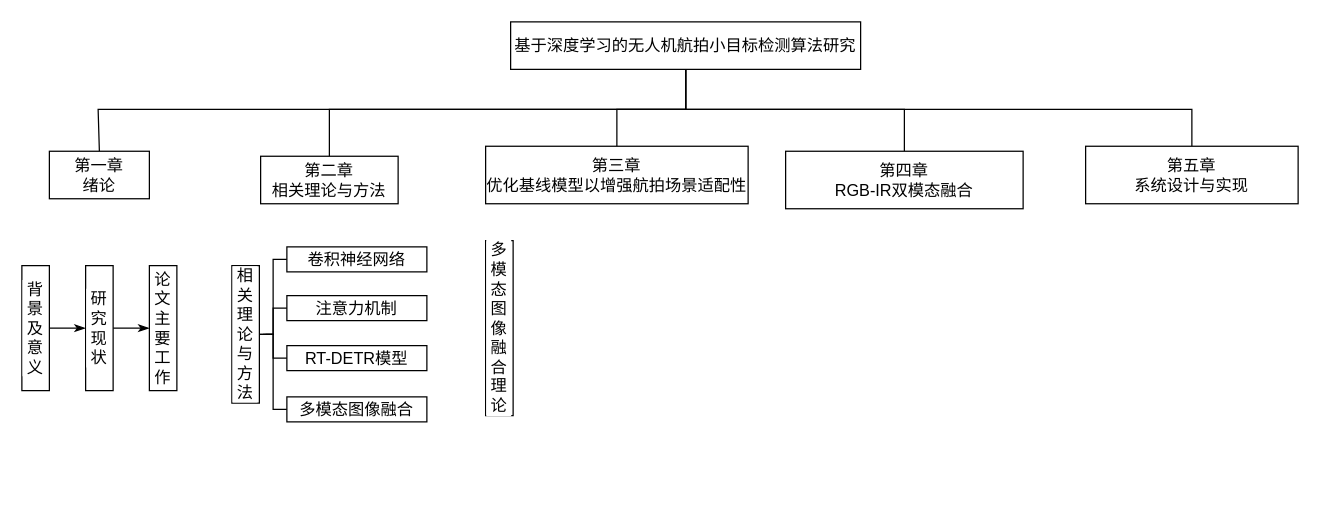
The draw.io diagram DrawIO_file/毕业论文画图/章节安排结构图.drawio in DingDongZz/typera_PicGO, before the edit. Source tidied: cells renumbered, new cells numbered last; positions are measured from the earlier drawing's top-left corner, leaving out a move shared by most shapes. Both pictures are drawn from the tidied source at 125%, with x=0, y=0 at pixel (21, 21).
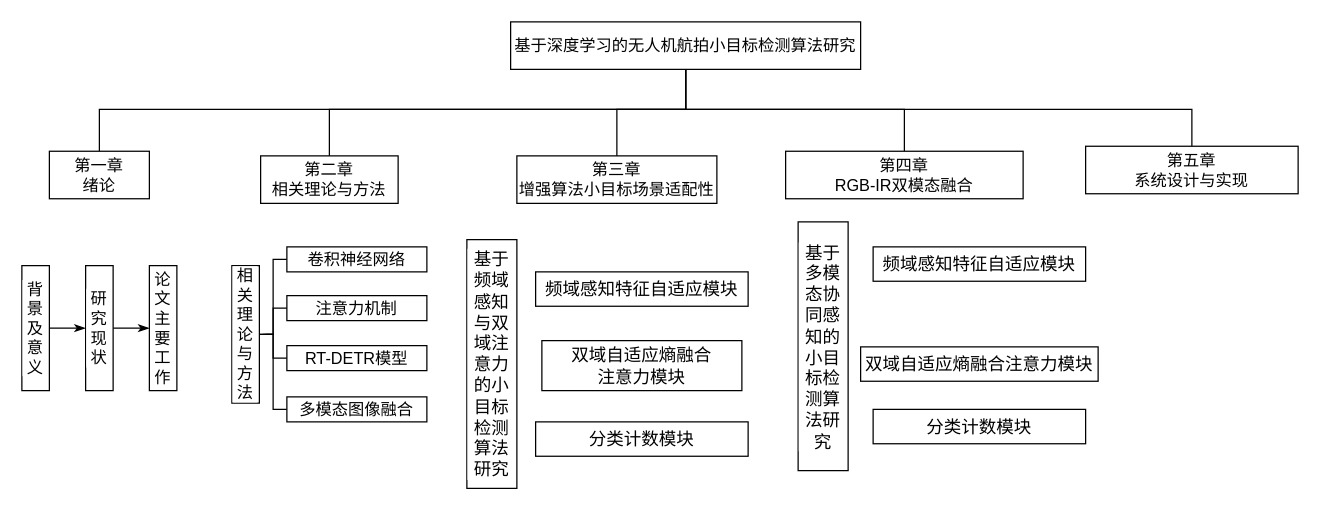
The same diagram, later.

Commit message (it also covers changes not shown here):
更新章节安排结构图.drawio

The change refers to these unchanged cells:
```xml
<mxCell id="7" value="基于深度学习的无人机航拍小目标检测算法研究" style="rounded=0;whiteSpace=wrap;html=1;fontFamily=宋体;fontSize=13;" parent="1" vertex="1">
  <mxGeometry x="391" width="280" height="38" as="geometry" />
</mxCell>
<mxCell id="8" value="第一章&lt;div&gt;绪论&lt;/div&gt;" style="rounded=0;whiteSpace=wrap;html=1;fontFamily=宋体;fontSize=13;" parent="1" vertex="1">
  <mxGeometry x="22" y="103.5" width="80" height="38" as="geometry" />
</mxCell>
```

Diff of the diagram source:
```diff
@@
-    <mxCell id="2" style="edgeStyle=orthogonalEdgeStyle;rounded=0;jettySize=auto;html=1;entryX=0.5;entryY=0;entryDx=0;entryDy=0;endArrow=none;startFill=0;fontFamily=宋体;fontSize=13;" parent="1" edge="1" source="7" target="8">
-      <mxGeometry relative="1" as="geometry">
-        <Array as="points">
-          <mxPoint x="531" y="70" />
-          <mxPoint x="61" y="70" />
-          <mxPoint x="61" y="103" />
-        </Array>
-      </mxGeometry>
-    </mxCell>
@@
+    <mxCell id="2" style="edgeStyle=orthogonalEdgeStyle;rounded=0;jettySize=auto;html=1;entryX=0.5;entryY=0;entryDx=0;entryDy=0;endArrow=none;startFill=0;" parent="1" edge="1" source="7" target="8">
+      <mxGeometry relative="1" as="geometry">
+        <Array as="points">
+          <mxPoint x="531" y="70" />
+          <mxPoint x="62" y="70" />
+        </Array>
+      </mxGeometry>
+    </mxCell>
@@
     <mxCell id="9" value="第二章&lt;div&gt;相关理论与方法&lt;/div&gt;" style="rounded=0;whiteSpace=wrap;html=1;fontFamily=宋体;fontSize=13;" parent="1" vertex="1">
-      <mxGeometry x="191" y="107.5" width="110" height="38" as="geometry" />
+      <mxGeometry x="191" y="107.2" width="110" height="38" as="geometry" />
     </mxCell>
-    <mxCell id="10" value="第三章&lt;div&gt;&lt;span&gt;优化基线模型以增强航拍场景适配性&lt;/span&gt;&lt;/div&gt;" style="rounded=0;whiteSpace=wrap;html=1;fontFamily=宋体;fontSize=13;" parent="1" vertex="1">
-      <mxGeometry x="371" y="99.5" width="210" height="46" as="geometry" />
+    <mxCell id="10" value="第三章&lt;div&gt;增强算法小目标场景适配性&lt;/div&gt;" style="rounded=0;whiteSpace=wrap;html=1;fontFamily=宋体;fontSize=13;" parent="1" vertex="1">
+      <mxGeometry x="396" y="107.2" width="160" height="38" as="geometry" />
     </mxCell>
     <mxCell id="11" value="第四章&lt;div&gt;RGB-IR双模态融合&lt;/div&gt;" style="rounded=0;whiteSpace=wrap;html=1;fontFamily=宋体;fontSize=13;" parent="1" vertex="1">
-      <mxGeometry x="611" y="103.5" width="190" height="46" as="geometry" />
+      <mxGeometry x="611" y="103.5" width="190" height="38" as="geometry" />
     </mxCell>
     <mxCell id="12" value="第五章&lt;div&gt;&lt;span&gt;系统设计与实现&lt;/span&gt;&lt;/div&gt;" style="rounded=0;whiteSpace=wrap;html=1;fontFamily=宋体;fontSize=13;" parent="1" vertex="1">
-      <mxGeometry x="851" y="99.5" width="170" height="46" as="geometry" />
+      <mxGeometry x="851" y="99.5" width="170" height="38" as="geometry" />
     </mxCell>
-    <mxCell id="13" value="多模态图像融合理论" style="rounded=0;whiteSpace=wrap;html=1;fontFamily=宋体;fontSize=13;fontColor=default;labelBackgroundColor=default;horizontal=1;verticalAlign=middle;" parent="1" vertex="1">
-      <mxGeometry x="371" y="175" width="22" height="140" as="geometry" />
+    <mxCell id="13" value="&lt;span style=&quot;font-size: 10.5pt;&quot;&gt;基于频域感知与双域注意力的小目标检测算法研究&lt;/span&gt;" style="rounded=0;whiteSpace=wrap;html=1;fontFamily=宋体;fontSize=13;fontColor=default;labelBackgroundColor=default;horizontal=1;verticalAlign=middle;" parent="1" vertex="1">
+      <mxGeometry x="356" y="174.2" width="40" height="199" as="geometry" />
     </mxCell>
@@
+    <mxCell id="31" value="&lt;span style=&quot;font-size: 10.5pt;&quot;&gt;频域感知特征自适应模块&lt;/span&gt;" style="rounded=0;whiteSpace=wrap;html=1;fontFamily=宋体;fontSize=13;fontColor=default;labelBackgroundColor=default;horizontal=1;verticalAlign=middle;" parent="1" vertex="1">
+      <mxGeometry x="411" y="200" width="170" height="27.5" as="geometry" />
+    </mxCell>
+    <mxCell id="32" value="&lt;span style=&quot;font-size: 10.5pt;&quot;&gt;双域自适应熵融合&lt;/span&gt;&lt;div&gt;&lt;span style=&quot;font-size: 10.5pt;&quot;&gt;注意力模块&lt;/span&gt;&lt;/div&gt;" style="rounded=0;whiteSpace=wrap;html=1;fontFamily=宋体;fontSize=13;fontColor=default;labelBackgroundColor=default;horizontal=1;verticalAlign=middle;" parent="1" vertex="1">
+      <mxGeometry x="416" y="255" width="160" height="40" as="geometry" />
+    </mxCell>
+    <mxCell id="33" value="&lt;span style=&quot;font-size: 10.5pt;&quot;&gt;分类计数模块&lt;/span&gt;" style="rounded=0;whiteSpace=wrap;html=1;fontFamily=宋体;fontSize=13;fontColor=default;labelBackgroundColor=default;horizontal=1;verticalAlign=middle;" parent="1" vertex="1">
+      <mxGeometry x="411" y="320" width="170" height="27.5" as="geometry" />
+    </mxCell>
+    <mxCell id="34" value="&lt;span style=&quot;font-size: 10.5pt;&quot;&gt;基于多模态协同感知的小目标检测算法研究&lt;/span&gt;" style="rounded=0;whiteSpace=wrap;html=1;fontFamily=宋体;fontSize=13;fontColor=default;labelBackgroundColor=default;horizontal=1;verticalAlign=middle;" parent="1" vertex="1">
+      <mxGeometry x="621" y="160" width="40" height="199" as="geometry" />
+    </mxCell>
+    <mxCell id="35" value="&lt;span style=&quot;font-size: 10.5pt;&quot;&gt;频域感知特征自适应模块&lt;/span&gt;" style="rounded=0;whiteSpace=wrap;html=1;fontFamily=宋体;fontSize=13;fontColor=default;labelBackgroundColor=default;horizontal=1;verticalAlign=middle;" parent="1" vertex="1">
+      <mxGeometry x="681" y="180" width="170" height="27.5" as="geometry" />
+    </mxCell>
+    <mxCell id="36" value="&lt;span style=&quot;font-size: 10.5pt;&quot;&gt;双域自适应熵融合注意力模块&lt;/span&gt;" style="rounded=0;whiteSpace=wrap;html=1;fontFamily=宋体;fontSize=13;fontColor=default;labelBackgroundColor=default;horizontal=1;verticalAlign=middle;" parent="1" vertex="1">
+      <mxGeometry x="671" y="260" width="190" height="27.5" as="geometry" />
+    </mxCell>
+    <mxCell id="37" value="&lt;span style=&quot;font-size: 10.5pt;&quot;&gt;分类计数模块&lt;/span&gt;" style="rounded=0;whiteSpace=wrap;html=1;fontFamily=宋体;fontSize=13;fontColor=default;labelBackgroundColor=default;horizontal=1;verticalAlign=middle;" parent="1" vertex="1">
+      <mxGeometry x="681" y="310" width="170" height="27.5" as="geometry" />
+    </mxCell>
```
